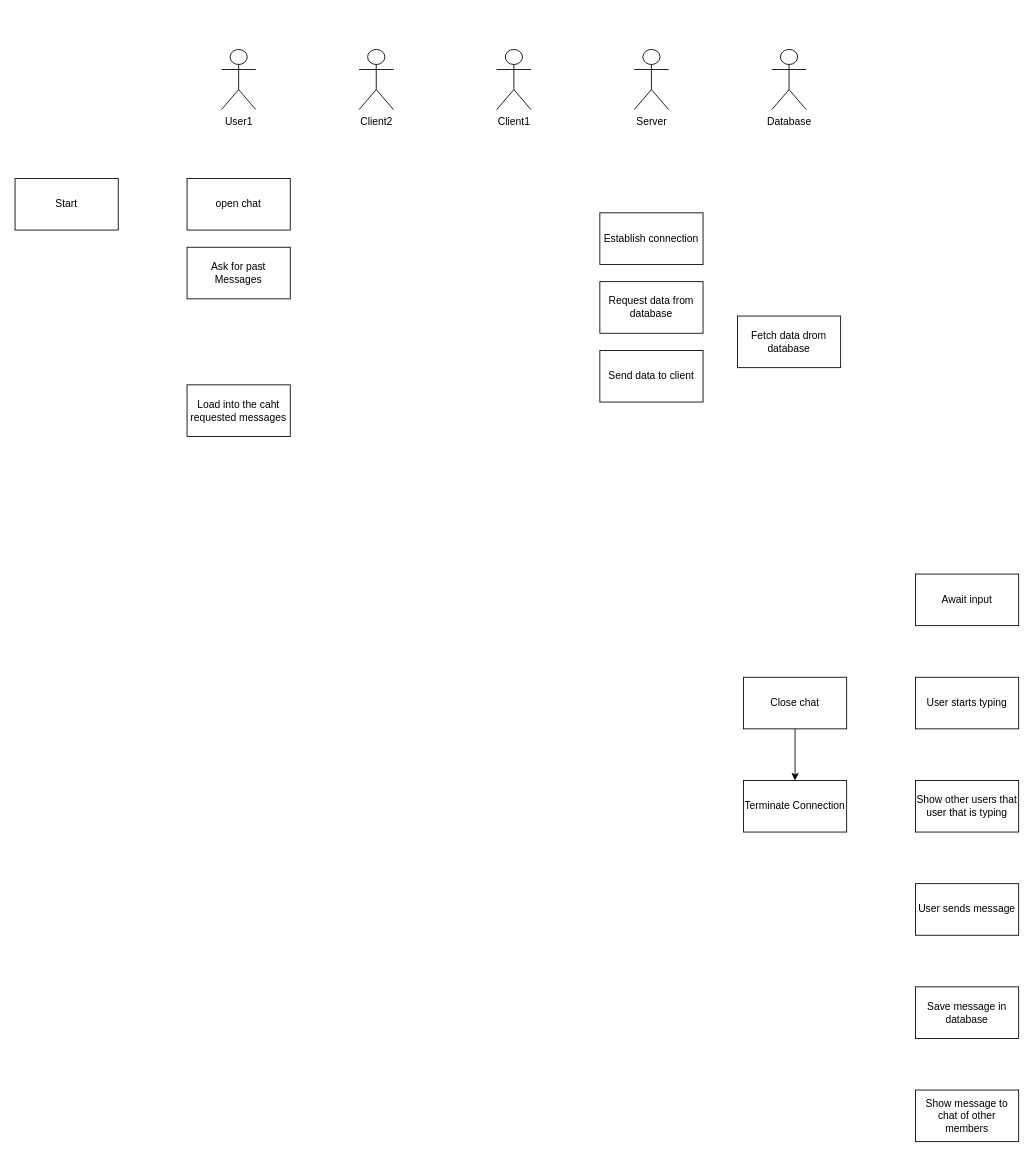
Above: internship_s8/Usecase diagram.drawio in Gryfin123/diagrams_with_no_context (draw.io), before the change. Source tidied: cells renumbered, new cells numbered last; positions are measured from the earlier drawing's top-left corner, leaving out a move shared by most shapes. Both pictures are drawn from the tidied source at 86%, with x=0, y=0 at pixel (15, 49).
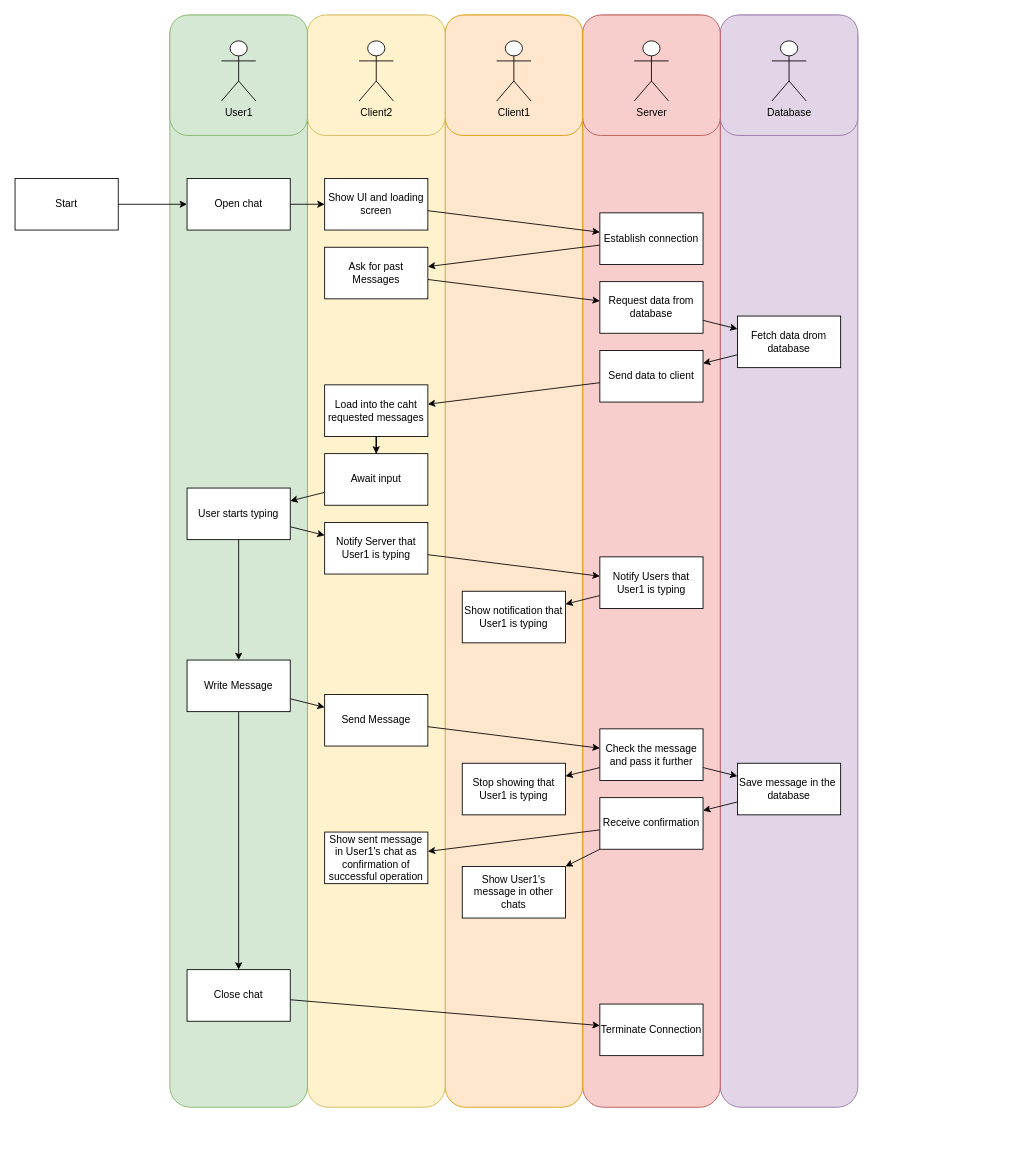
Above is the later version.

Commit message (it also covers changes not shown here):
internship_s8/Usecase diagram.drawio bijwerken

The change refers to these unchanged cells:
```xml
<mxCell id="4" value="Fetch data drom database" style="rounded=0;whiteSpace=wrap;html=1;" parent="1" vertex="1">
  <mxGeometry x="840" y="310" width="120" height="60" as="geometry" />
</mxCell>
<mxCell id="5" value="Establish connection" style="rounded=0;whiteSpace=wrap;html=1;" parent="1" vertex="1">
  <mxGeometry x="680" y="190" width="120" height="60" as="geometry" />
</mxCell>
<mxCell id="21" value="Request data from database" style="rounded=0;whiteSpace=wrap;html=1;" parent="1" vertex="1">
  <mxGeometry x="680" y="270" width="120" height="60" as="geometry" />
</mxCell>
<mxCell id="22" value="Send data to client" style="rounded=0;whiteSpace=wrap;html=1;" parent="1" vertex="1">
  <mxGeometry x="680" y="350" width="120" height="60" as="geometry" />
</mxCell>
```

Change to the diagram source:
```diff
@@
+    <mxCell id="24" style="rounded=1;whiteSpace=wrap;html=1;fillColor=#e1d5e7;strokeColor=#9673a6;" parent="1" vertex="1">
+      <mxGeometry x="820" y="-40" width="160" height="1270" as="geometry" />
+    </mxCell>
+    <mxCell id="25" style="rounded=1;whiteSpace=wrap;html=1;fillColor=#f8cecc;strokeColor=#b85450;" parent="1" vertex="1">
+      <mxGeometry x="660" y="-40" width="160" height="1270" as="geometry" />
+    </mxCell>
+    <mxCell id="26" style="rounded=1;whiteSpace=wrap;html=1;fillColor=#ffe6cc;strokeColor=#d79b00;" parent="1" vertex="1">
+      <mxGeometry x="500" y="-40" width="160" height="1270" as="geometry" />
+    </mxCell>
+    <mxCell id="27" style="rounded=1;whiteSpace=wrap;html=1;fillColor=#fff2cc;strokeColor=#d6b656;" parent="1" vertex="1">
+      <mxGeometry x="340" y="-40" width="160" height="1270" as="geometry" />
+    </mxCell>
+    <mxCell id="28" style="rounded=1;whiteSpace=wrap;html=1;fillColor=#d5e8d4;strokeColor=#82b366;" parent="1" vertex="1">
+      <mxGeometry x="180" y="-40" width="160" height="1270" as="geometry" />
+    </mxCell>
+    <mxCell id="29" style="rounded=1;whiteSpace=wrap;html=1;fillColor=#e1d5e7;strokeColor=#9673a6;" parent="1" vertex="1">
+      <mxGeometry x="820" y="-40" width="160" height="140" as="geometry" />
+    </mxCell>
+    <mxCell id="30" style="rounded=1;whiteSpace=wrap;html=1;fillColor=#f8cecc;strokeColor=#b85450;" parent="1" vertex="1">
+      <mxGeometry x="660" y="-40" width="160" height="140" as="geometry" />
+    </mxCell>
+    <mxCell id="31" style="rounded=1;whiteSpace=wrap;html=1;fillColor=#ffe6cc;strokeColor=#d79b00;" parent="1" vertex="1">
+      <mxGeometry x="500" y="-40" width="160" height="140" as="geometry" />
+    </mxCell>
+    <mxCell id="32" style="rounded=1;whiteSpace=wrap;html=1;fillColor=#fff2cc;strokeColor=#d6b656;" parent="1" vertex="1">
+      <mxGeometry x="340" y="-40" width="160" height="140" as="geometry" />
+    </mxCell>
+    <mxCell id="33" style="rounded=1;whiteSpace=wrap;html=1;fillColor=#d5e8d4;strokeColor=#82b366;" parent="1" vertex="1">
+      <mxGeometry x="180" y="-40" width="160" height="140" as="geometry" />
+    </mxCell>
+    <mxCell id="34" style="rounded=0;jettySize=auto;html=1;" parent="1" edge="1" source="2" target="3">
+      <mxGeometry relative="1" as="geometry" />
+    </mxCell>
-    <mxCell id="2" value="Start" style="rounded=0;whiteSpace=wrap;html=1;" parent="1" vertex="1">
+    <mxCell id="2" value="Start" style="rounded=0;whiteSpace=wrap;html=1;glass=0;" parent="1" vertex="1">
       <mxGeometry y="150" width="120" height="60" as="geometry" />
     </mxCell>
+    <mxCell id="35" style="edgeStyle=orthogonalEdgeStyle;rounded=0;jettySize=auto;html=1;" parent="1" edge="1" source="3" target="54">
+      <mxGeometry relative="1" as="geometry" />
+    </mxCell>
-    <mxCell id="3" value="open chat" style="rounded=0;whiteSpace=wrap;html=1;" parent="1" vertex="1">
+    <mxCell id="3" value="Open chat" style="rounded=0;whiteSpace=wrap;html=1;" parent="1" vertex="1">
       <mxGeometry x="200" y="150" width="120" height="60" as="geometry" />
     </mxCell>
+    <mxCell id="36" style="rounded=0;jettySize=auto;html=1;" parent="1" edge="1" source="4" target="22">
+      <mxGeometry relative="1" as="geometry" />
+    </mxCell>
@@
+    <mxCell id="37" style="rounded=0;jettySize=auto;html=1;" parent="1" edge="1" source="5" target="20">
+      <mxGeometry relative="1" as="geometry" />
+    </mxCell>
@@
+    <mxCell id="38" style="rounded=0;jettySize=auto;html=1;" parent="1" edge="1" source="6" target="7">
+      <mxGeometry relative="1" as="geometry" />
+    </mxCell>
     <mxCell id="6" value="Await input" style="rounded=0;whiteSpace=wrap;html=1;" parent="1" vertex="1">
-      <mxGeometry x="1047" y="610" width="120" height="60" as="geometry" />
+      <mxGeometry x="360" y="470" width="120" height="60" as="geometry" />
     </mxCell>
+    <mxCell id="39" style="rounded=0;jettySize=auto;html=1;" parent="1" edge="1" source="7" target="46">
+      <mxGeometry relative="1" as="geometry" />
+    </mxCell>
+    <mxCell id="40" style="edgeStyle=orthogonalEdgeStyle;rounded=0;jettySize=auto;html=1;" parent="1" edge="1" source="7" target="49">
+      <mxGeometry relative="1" as="geometry" />
+    </mxCell>
     <mxCell id="7" value="User starts typing" style="rounded=0;whiteSpace=wrap;html=1;" parent="1" vertex="1">
-      <mxGeometry x="1047" y="730" width="120" height="60" as="geometry" />
+      <mxGeometry x="200" y="510" width="120" height="60" as="geometry" />
     </mxCell>
-    <mxCell id="8" value="User sends message" style="rounded=0;whiteSpace=wrap;html=1;" parent="1" vertex="1">
-      <mxGeometry x="1047" y="970" width="120" height="60" as="geometry" />
-    </mxCell>
-    <mxCell id="9" value="Show message to chat of other members" style="rounded=0;whiteSpace=wrap;html=1;" parent="1" vertex="1">
-      <mxGeometry x="1047" y="1210" width="120" height="60" as="geometry" />
-    </mxCell>
-    <mxCell id="10" value="Show other users that user that is typing" style="rounded=0;whiteSpace=wrap;html=1;" parent="1" vertex="1">
-      <mxGeometry x="1047" y="850" width="120" height="60" as="geometry" />
-    </mxCell>
-    <mxCell id="11" value="Save message in database" style="rounded=0;whiteSpace=wrap;html=1;" parent="1" vertex="1">
-      <mxGeometry x="1047" y="1090" width="120" height="60" as="geometry" />
-    </mxCell>
-    <mxCell id="12" style="edgeStyle=orthogonalEdgeStyle;rounded=0;jettySize=auto;html=1;" parent="1" edge="1" source="13" target="14">
+    <mxCell id="12" style="rounded=0;jettySize=auto;html=1;" parent="1" edge="1" source="13" target="14">
       <mxGeometry relative="1" as="geometry" />
     </mxCell>
     <mxCell id="13" value="Close chat" style="rounded=0;whiteSpace=wrap;html=1;" parent="1" vertex="1">
-      <mxGeometry x="847" y="730" width="120" height="60" as="geometry" />
+      <mxGeometry x="200" y="1070" width="120" height="60" as="geometry" />
     </mxCell>
-    <mxCell id="14" value="Terminate Connection" style="rounded=0;whiteSpace=wrap;html=1;" parent="1" vertex="1">
-      <mxGeometry x="847" y="850" width="120" height="60" as="geometry" />
-    </mxCell>
     <mxCell id="15" value="Client1" style="shape=umlActor;verticalLabelPosition=bottom;verticalAlign=top;html=1;" parent="1" vertex="1">
-      <mxGeometry x="560" width="40" height="70" as="geometry" />
+      <mxGeometry x="560" y="-10" width="40" height="70" as="geometry" />
     </mxCell>
     <mxCell id="16" value="Server" style="shape=umlActor;verticalLabelPosition=bottom;verticalAlign=top;html=1;" parent="1" vertex="1">
-      <mxGeometry x="720" width="40" height="70" as="geometry" />
+      <mxGeometry x="720" y="-10" width="40" height="70" as="geometry" />
     </mxCell>
     <mxCell id="17" value="Database" style="shape=umlActor;verticalLabelPosition=bottom;verticalAlign=top;html=1;" parent="1" vertex="1">
-      <mxGeometry x="880" width="40" height="70" as="geometry" />
+      <mxGeometry x="880" y="-10" width="40" height="70" as="geometry" />
     </mxCell>
     <mxCell id="18" value="User1" style="shape=umlActor;verticalLabelPosition=bottom;verticalAlign=top;html=1;" parent="1" vertex="1">
-      <mxGeometry x="240" width="40" height="70" as="geometry" />
+      <mxGeometry x="240" y="-10" width="40" height="70" as="geometry" />
     </mxCell>
     <mxCell id="19" value="Client2" style="shape=umlActor;verticalLabelPosition=bottom;verticalAlign=top;html=1;" parent="1" vertex="1">
-      <mxGeometry x="400" width="40" height="70" as="geometry" />
+      <mxGeometry x="400" y="-10" width="40" height="70" as="geometry" />
     </mxCell>
+    <mxCell id="41" style="rounded=0;jettySize=auto;html=1;" parent="1" edge="1" source="20" target="21">
+      <mxGeometry relative="1" as="geometry" />
+    </mxCell>
     <mxCell id="20" value="Ask for past Messages" style="rounded=0;whiteSpace=wrap;html=1;" parent="1" vertex="1">
-      <mxGeometry x="200" y="230" width="120" height="60" as="geometry" />
+      <mxGeometry x="360" y="230" width="120" height="60" as="geometry" />
     </mxCell>
+    <mxCell id="42" style="rounded=0;jettySize=auto;html=1;" parent="1" edge="1" source="21" target="4">
+      <mxGeometry relative="1" as="geometry" />
+    </mxCell>
@@
+    <mxCell id="43" style="rounded=0;jettySize=auto;html=1;" parent="1" edge="1" source="22" target="23">
+      <mxGeometry relative="1" as="geometry" />
+    </mxCell>
@@
+    <mxCell id="44" style="edgeStyle=orthogonalEdgeStyle;rounded=0;jettySize=auto;html=1;" parent="1" edge="1" source="23" target="6">
+      <mxGeometry relative="1" as="geometry" />
+    </mxCell>
     <mxCell id="23" value="Load into the caht requested messages" style="rounded=0;whiteSpace=wrap;html=1;" parent="1" vertex="1">
-      <mxGeometry x="200" y="390" width="120" height="60" as="geometry" />
+      <mxGeometry x="360" y="390" width="120" height="60" as="geometry" />
     </mxCell>
+    <mxCell id="14" value="Terminate Connection" style="rounded=0;whiteSpace=wrap;html=1;" parent="1" vertex="1">
+      <mxGeometry x="680" y="1110" width="120" height="60" as="geometry" />
+    </mxCell>
+    <mxCell id="45" style="rounded=0;jettySize=auto;html=1;" parent="1" edge="1" source="46" target="51">
+      <mxGeometry relative="1" as="geometry" />
+    </mxCell>
+    <mxCell id="46" value="Notify Server that User1 is typing" style="rounded=0;whiteSpace=wrap;html=1;" parent="1" vertex="1">
+      <mxGeometry x="360" y="550" width="120" height="60" as="geometry" />
+    </mxCell>
+    <mxCell id="47" style="rounded=0;jettySize=auto;html=1;" parent="1" edge="1" source="49" target="56">
+      <mxGeometry relative="1" as="geometry" />
+    </mxCell>
+    <mxCell id="48" style="edgeStyle=orthogonalEdgeStyle;rounded=0;jettySize=auto;html=1;" parent="1" edge="1" source="49" target="13">
+      <mxGeometry relative="1" as="geometry" />
+    </mxCell>
+    <mxCell id="49" value="Write Message" style="rounded=0;whiteSpace=wrap;html=1;" parent="1" vertex="1">
+      <mxGeometry x="200" y="710" width="120" height="60" as="geometry" />
+    </mxCell>
+    <mxCell id="50" style="rounded=0;jettySize=auto;html=1;" parent="1" edge="1" source="51" target="52">
+      <mxGeometry relative="1" as="geometry" />
+    </mxCell>
+    <mxCell id="51" value="Notify Users that User1 is typing" style="rounded=0;whiteSpace=wrap;html=1;" parent="1" vertex="1">
+      <mxGeometry x="680" y="590" width="120" height="60" as="geometry" />
+    </mxCell>
+    <mxCell id="52" value="Show notification that User1 is typing" style="rounded=0;whiteSpace=wrap;html=1;" parent="1" vertex="1">
+      <mxGeometry x="520" y="630" width="120" height="60" as="geometry" />
+    </mxCell>
+    <mxCell id="53" style="rounded=0;jettySize=auto;html=1;" parent="1" edge="1" source="54" target="5">
+      <mxGeometry relative="1" as="geometry" />
+    </mxCell>
+    <mxCell id="54" value="Show UI and loading screen" style="rounded=0;whiteSpace=wrap;html=1;" parent="1" vertex="1">
+      <mxGeometry x="360" y="150" width="120" height="60" as="geometry" />
+    </mxCell>
+    <mxCell id="55" style="rounded=0;jettySize=auto;html=1;" parent="1" edge="1" source="56" target="59">
+      <mxGeometry relative="1" as="geometry" />
+    </mxCell>
+    <mxCell id="56" value="Send Message" style="rounded=0;whiteSpace=wrap;html=1;" parent="1" vertex="1">
+      <mxGeometry x="360" y="750" width="120" height="60" as="geometry" />
+    </mxCell>
+    <mxCell id="57" style="rounded=0;jettySize=auto;html=1;" parent="1" edge="1" source="59" target="62">
+      <mxGeometry relative="1" as="geometry" />
+    </mxCell>
+    <mxCell id="58" style="rounded=0;jettySize=auto;html=1;" parent="1" edge="1" source="59" target="60">
+      <mxGeometry relative="1" as="geometry" />
+    </mxCell>
+    <mxCell id="59" value="Check the message and pass it further" style="rounded=0;whiteSpace=wrap;html=1;" parent="1" vertex="1">
+      <mxGeometry x="680" y="790" width="120" height="60" as="geometry" />
+    </mxCell>
+    <mxCell id="60" value="Stop showing that User1 is typing" style="rounded=0;whiteSpace=wrap;html=1;" parent="1" vertex="1">
+      <mxGeometry x="520" y="830" width="120" height="60" as="geometry" />
+    </mxCell>
+    <mxCell id="61" style="rounded=0;jettySize=auto;html=1;" parent="1" edge="1" source="62" target="66">
+      <mxGeometry relative="1" as="geometry" />
+    </mxCell>
+    <mxCell id="62" value="Save message in the&amp;nbsp; database" style="rounded=0;whiteSpace=wrap;html=1;" parent="1" vertex="1">
+      <mxGeometry x="840" y="830" width="120" height="60" as="geometry" />
+    </mxCell>
+    <mxCell id="63" value="Show sent message in User1's chat as confirmation of successful operation" style="rounded=0;whiteSpace=wrap;html=1;" parent="1" vertex="1">
+      <mxGeometry x="360" y="910" width="120" height="60" as="geometry" />
+    </mxCell>
+    <mxCell id="64" style="rounded=0;jettySize=auto;html=1;" parent="1" edge="1" source="66" target="67">
+      <mxGeometry relative="1" as="geometry" />
+    </mxCell>
+    <mxCell id="65" style="rounded=0;jettySize=auto;html=1;" parent="1" edge="1" source="66" target="63">
+      <mxGeometry relative="1" as="geometry" />
+    </mxCell>
+    <mxCell id="66" value="Receive confirmation" style="rounded=0;whiteSpace=wrap;html=1;" parent="1" vertex="1">
+      <mxGeometry x="680" y="870" width="120" height="60" as="geometry" />
+    </mxCell>
+    <mxCell id="67" value="Show User1's message in other chats" style="rounded=0;whiteSpace=wrap;html=1;" parent="1" vertex="1">
+      <mxGeometry x="520" y="950" width="120" height="60" as="geometry" />
+    </mxCell>
```
